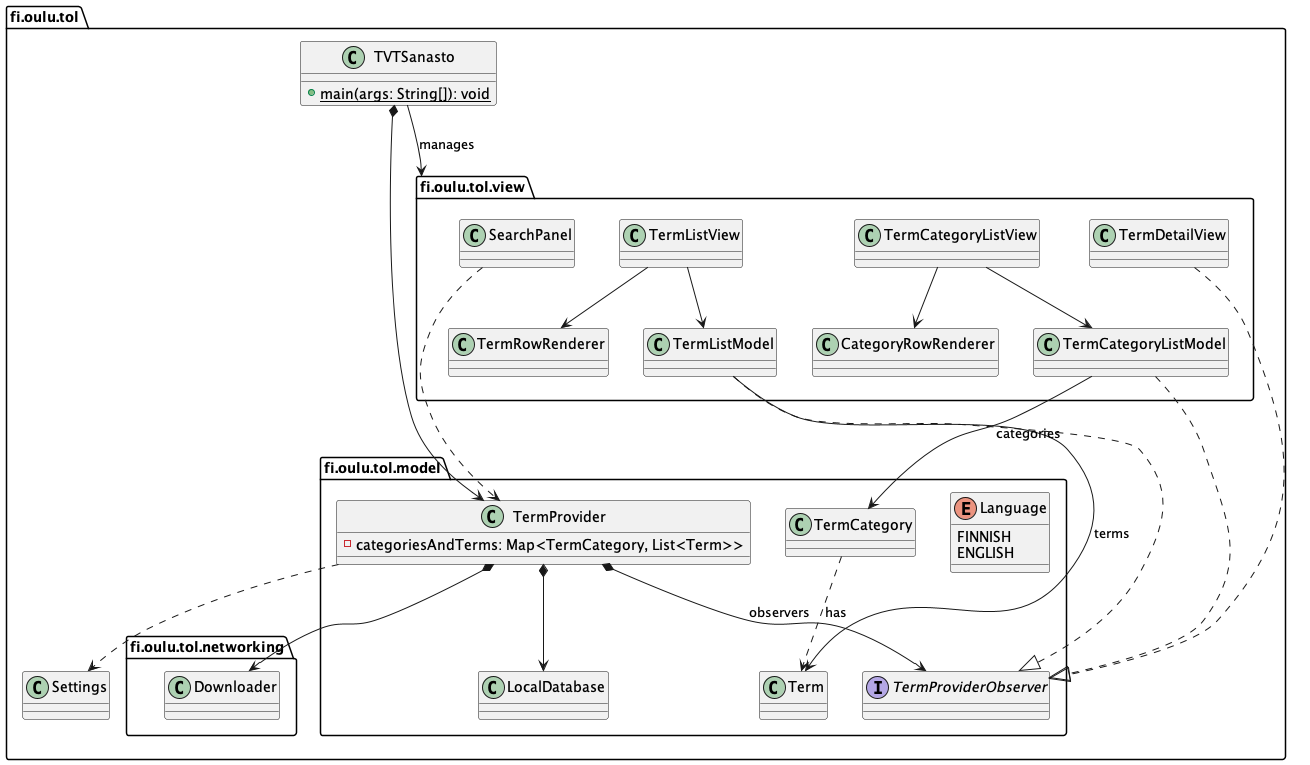
This is structure.png from anttijuu/TVTSanasto-Java, a PlantUML export, as it was before one commit.
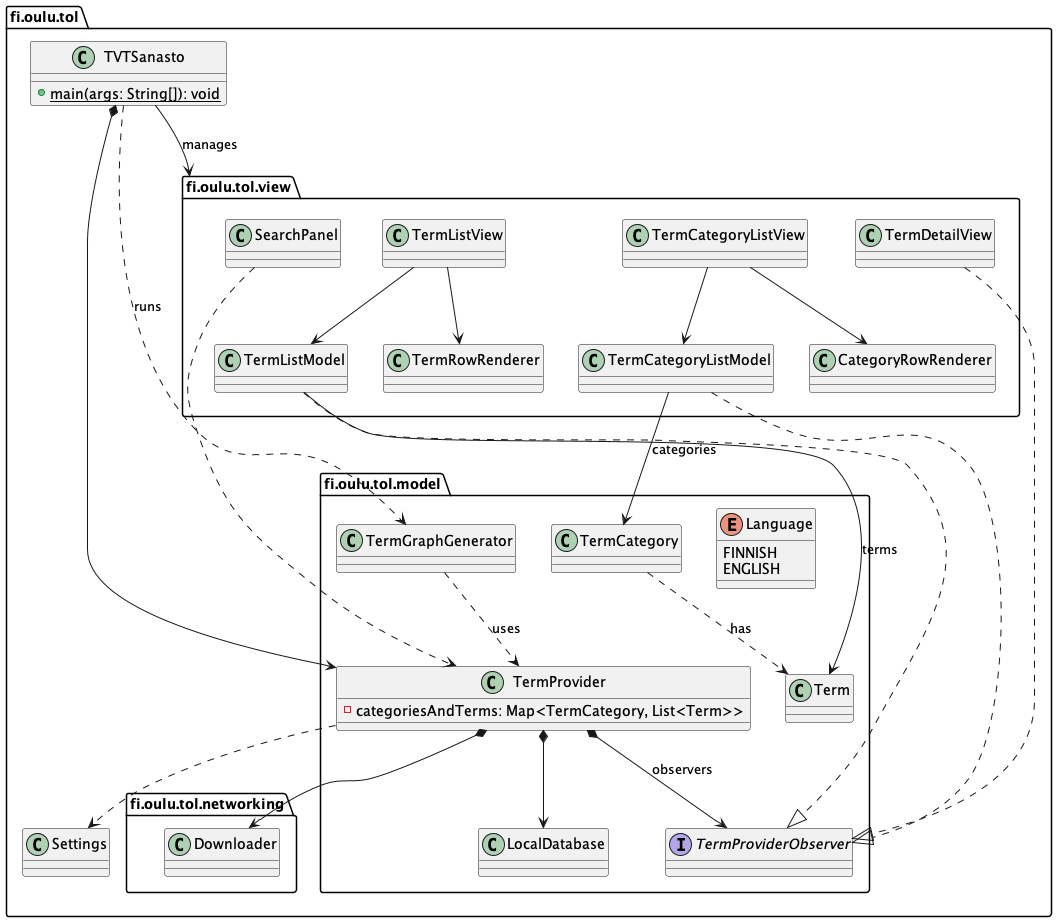
Later version of the same file.

What changed in the source:
```diff
@@ -17,6 +17,9 @@
 		TermProvider *--> LocalDatabase
 		TermProvider *--> TermProviderObserver: observers
 		TermCategory ..> Term : has
+
+		class TermGraphGenerator
+		TermGraphGenerator ..> TermProvider : uses
 	}
 
 	package fi.oulu.tol.networking {
@@ -50,6 +53,7 @@
 	}
 	class Settings
 	TVTSanasto *--> TermProvider
+	TVTSanasto ..> TermGraphGenerator : runs
 	TVTSanasto --> fi.oulu.tol.view: manages
 	TermProvider ..> Settings
 }
```
